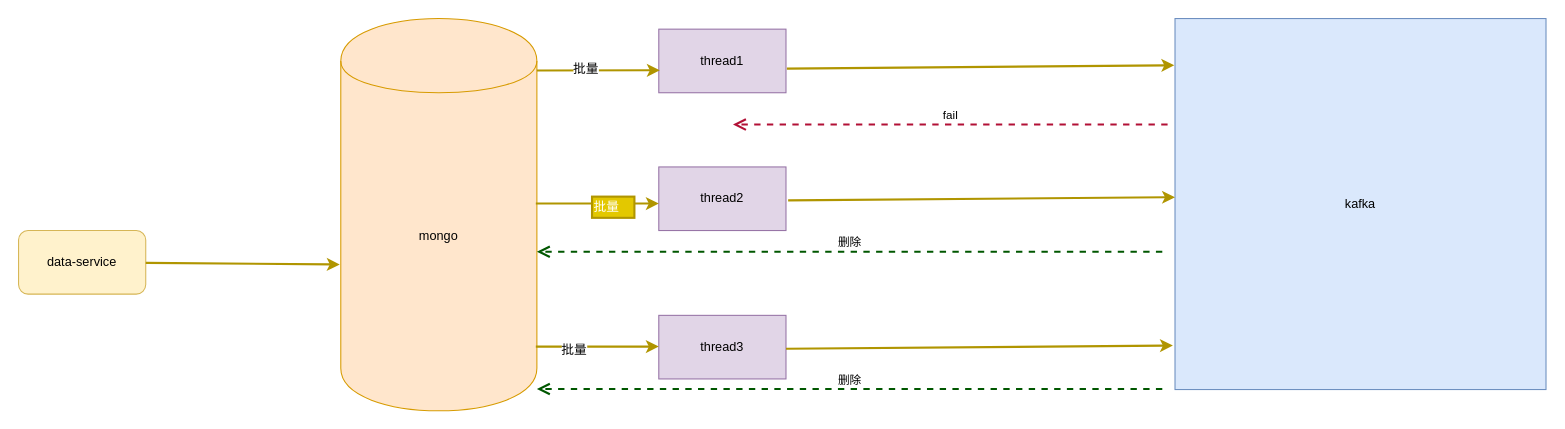
The draw.io diagram page "第 2 页" (2 of 2) of 开放平台服务依赖.drawio in sevenDay2014/dtk, before the edit. Source tidied: cells renumbered, new cells numbered last; positions are measured from the earlier drawing's top-left corner, leaving out a move shared by most shapes. Both pictures are drawn from the tidied source at 106%, with x=0, y=0 at pixel (18, 18).
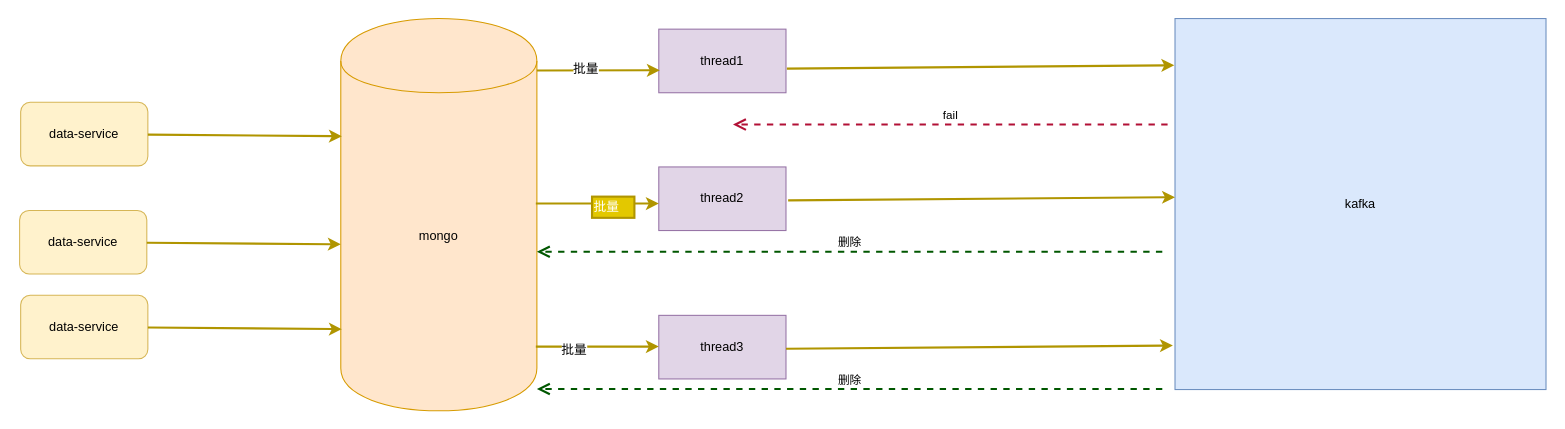
The same diagram, later.

Commit message:
v1.0.0-feature:进行消息的发送设计

Change to the diagram source:
```diff
@@
     <mxCell id="19" value="data-service" style="rounded=1;whiteSpace=wrap;html=1;fillColor=#fff2cc;strokeColor=#d6b656;" parent="1" vertex="1">
-      <mxGeometry y="200" width="120" height="60" as="geometry" />
+      <mxGeometry x="1" y="181" width="120" height="60" as="geometry" />
     </mxCell>
     <mxCell id="20" style="endArrow=classic;html=1;fillColor=#e3c800;strokeColor=#B09500;strokeWidth=2;" parent="1" edge="1" source="19">
       <mxGeometry relative="1" as="geometry">
-        <mxPoint x="303" y="232" as="targetPoint" />
+        <mxPoint x="304" y="213" as="targetPoint" />
       </mxGeometry>
     </mxCell>
+    <mxCell id="21" value="data-service" style="rounded=1;whiteSpace=wrap;html=1;fillColor=#fff2cc;strokeColor=#d6b656;" parent="1" vertex="1">
+      <mxGeometry x="2" y="79" width="120" height="60" as="geometry" />
+    </mxCell>
+    <mxCell id="22" style="endArrow=classic;html=1;fillColor=#e3c800;strokeColor=#B09500;strokeWidth=2;" parent="1" edge="1" source="21">
+      <mxGeometry relative="1" as="geometry">
+        <mxPoint x="305" y="111" as="targetPoint" />
+      </mxGeometry>
+    </mxCell>
+    <mxCell id="23" value="data-service" style="rounded=1;whiteSpace=wrap;html=1;fillColor=#fff2cc;strokeColor=#d6b656;" parent="1" vertex="1">
+      <mxGeometry x="2" y="261" width="120" height="60" as="geometry" />
+    </mxCell>
+    <mxCell id="24" style="endArrow=classic;html=1;fillColor=#e3c800;strokeColor=#B09500;strokeWidth=2;" parent="1" edge="1" source="23">
+      <mxGeometry relative="1" as="geometry">
+        <mxPoint x="305" y="293" as="targetPoint" />
+      </mxGeometry>
+    </mxCell>
```
